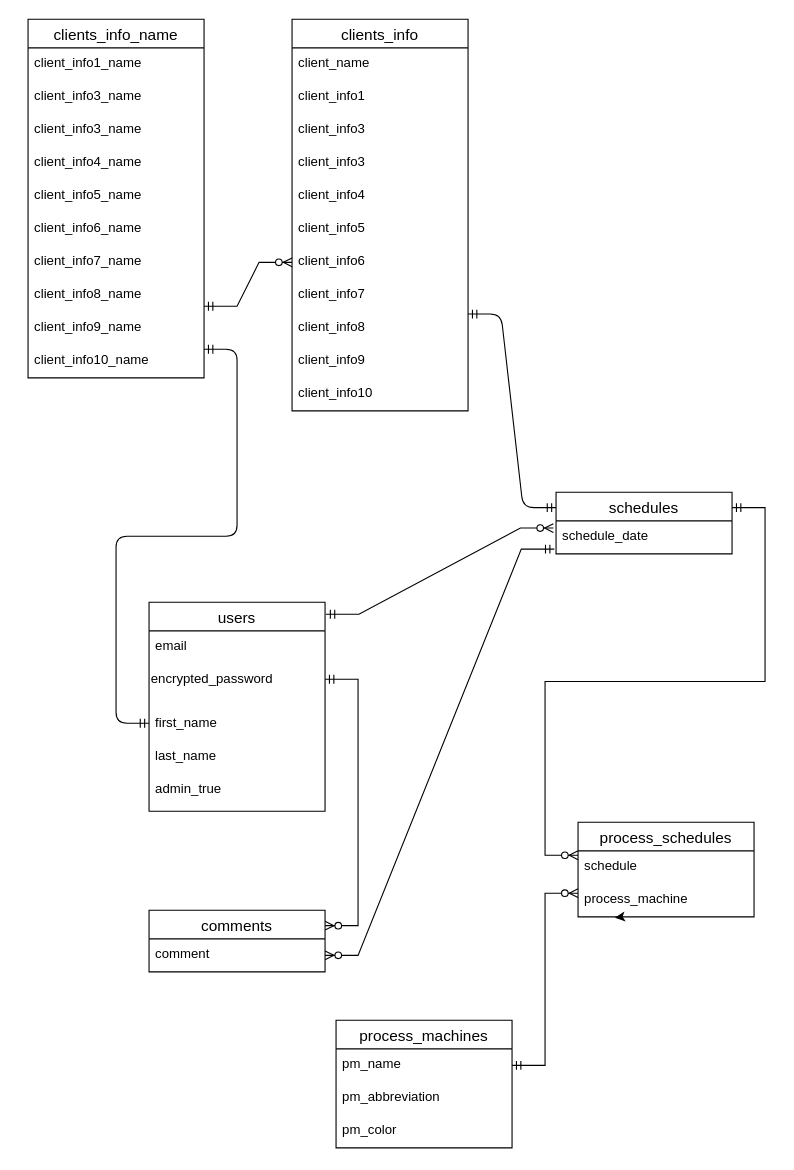
The draw.io diagram ER.dio in hanyuta/procon, before the edit. Source tidied: cells renumbered, new cells numbered last; positions are measured from the earlier drawing's top-left corner, leaving out a move shared by most shapes. Both pictures are drawn from the tidied source at 110%, with x=0, y=0 at pixel (28, 19).
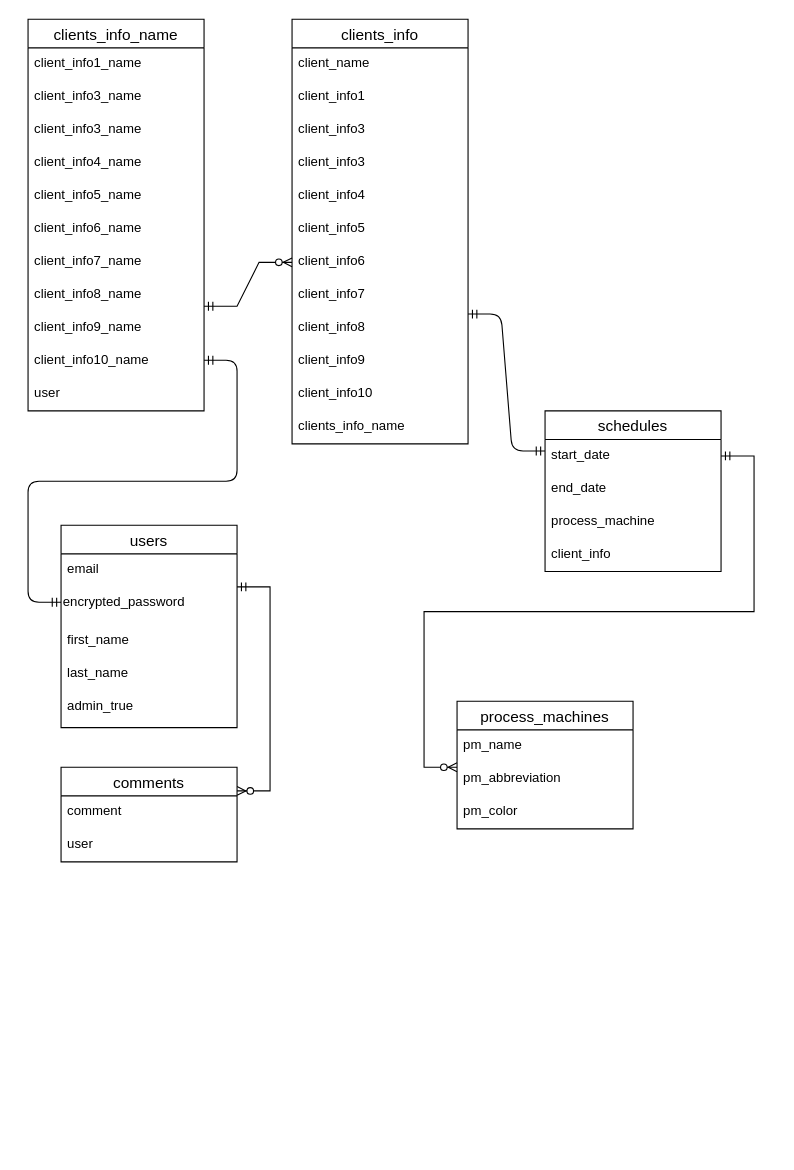
After the change.

The change refers to these unchanged cells:
```xml
<mxCell id="46" value="pm_name&#10;" style="text;strokeColor=none;fillColor=none;spacingLeft=4;spacingRight=4;overflow=hidden;points=[[0,0.5],[1,0.5]];portConstraint=eastwest;fontSize=12;" parent="45" vertex="1">
  <mxGeometry y="26" width="160" height="30" as="geometry" />
</mxCell>
<mxCell id="50" value="comment" style="text;strokeColor=none;fillColor=none;spacingLeft=4;spacingRight=4;overflow=hidden;points=[[0,0.5],[1,0.5]];portConstraint=eastwest;fontSize=12;" parent="49" vertex="1">
  <mxGeometry y="26" width="160" height="30" as="geometry" />
</mxCell>
```

The edit, as a diff of the source:
```diff
@@
-    <mxCell id="2" style="edgeStyle=entityRelationEdgeStyle;fontSize=12;html=1;endArrow=ERzeroToMany;startArrow=ERmandOne;rounded=0;exitX=1.003;exitY=0.149;exitDx=0;exitDy=0;exitPerimeter=0;entryX=-0.015;entryY=0.218;entryDx=0;entryDy=0;entryPerimeter=0;" parent="1" edge="1" target="18">
-      <mxGeometry relative="1" as="geometry">
-        <mxPoint x="270.8" y="540.9" as="sourcePoint" />
-      </mxGeometry>
-    </mxCell>
-    <mxCell id="3" style="edgeStyle=entityRelationEdgeStyle;fontSize=12;html=1;endArrow=ERzeroToMany;startArrow=ERmandOne;rounded=0;entryX=1;entryY=0.25;entryDx=0;entryDy=0;" parent="1" edge="1" target="49">
+    <mxCell id="3" style="edgeStyle=entityRelationEdgeStyle;fontSize=12;html=1;endArrow=ERzeroToMany;startArrow=ERmandOne;rounded=0;entryX=1;entryY=0.25;entryDx=0;entryDy=0;exitX=1;exitY=0;exitDx=0;exitDy=0;" parent="1" edge="1" source="13" target="49">
       <mxGeometry relative="1" as="geometry">
-        <mxPoint x="270" y="600" as="sourcePoint" />
         <Array as="points">
           <mxPoint x="330" y="670" />
           <mxPoint x="270" y="680" />
           <mxPoint x="460" y="810" />
           <mxPoint x="280" y="640" />
           <mxPoint x="280" y="800" />
           <mxPoint x="360" y="810" />
         </Array>
       </mxGeometry>
     </mxCell>
-    <mxCell id="4" style="edgeStyle=entityRelationEdgeStyle;fontSize=12;html=1;endArrow=ERzeroToMany;startArrow=ERmandOne;rounded=0;exitX=-0.01;exitY=0.858;exitDx=0;exitDy=0;exitPerimeter=0;entryX=1;entryY=0.5;entryDx=0;entryDy=0;" parent="1" edge="1" source="18" target="50">
-      <mxGeometry relative="1" as="geometry">
-        <Array as="points">
-          <mxPoint x="470" y="820" />
-          <mxPoint x="290" y="810" />
-          <mxPoint x="370" y="820" />
-        </Array>
-      </mxGeometry>
-    </mxCell>
-    <mxCell id="5" value="process_schedules" style="swimlane;fontStyle=0;horizontal=1;startSize=26;align=center;fontSize=14;" parent="1" vertex="1">
-      <mxGeometry x="500" y="730" width="160" height="86" as="geometry" />
-    </mxCell>
-    <mxCell id="6" value="schedule" style="text;strokeColor=none;fillColor=none;spacingLeft=4;spacingRight=4;overflow=hidden;fontSize=12;whiteSpace=wrap;html=1;" parent="5" vertex="1">
-      <mxGeometry y="26" width="160" height="30" as="geometry" />
-    </mxCell>
-    <mxCell id="7" value="process_machine" style="text;strokeColor=none;fillColor=none;spacingLeft=4;spacingRight=4;overflow=hidden;points=[[0,0.5],[1,0.5]];portConstraint=eastwest;fontSize=12;whiteSpace=wrap;html=1;" parent="5" vertex="1">
-      <mxGeometry y="56" width="160" height="30" as="geometry" />
-    </mxCell>
-    <mxCell id="8" style="edgeStyle=none;html=1;exitX=0.25;exitY=1;exitDx=0;exitDy=0;entryX=0.21;entryY=1.026;entryDx=0;entryDy=0;entryPerimeter=0;" parent="5" edge="1" source="5" target="7">
-      <mxGeometry relative="1" as="geometry" />
-    </mxCell>
-    <mxCell id="9" style="edgeStyle=entityRelationEdgeStyle;fontSize=12;html=1;endArrow=ERzeroToMany;startArrow=ERmandOne;rounded=0;exitX=1;exitY=0.25;exitDx=0;exitDy=0;" parent="1" edge="1" source="17">
+    <mxCell id="9" style="edgeStyle=entityRelationEdgeStyle;fontSize=12;html=1;endArrow=ERzeroToMany;startArrow=ERmandOne;rounded=0;exitX=1;exitY=0.5;exitDx=0;exitDy=0;" parent="1" edge="1" source="18">
       <mxGeometry relative="1" as="geometry">
-        <mxPoint x="500" y="760" as="targetPoint" />
+        <mxPoint x="390" y="680" as="targetPoint" />
         <Array as="points">
           <mxPoint x="460" y="325" />
           <mxPoint x="280" y="315" />
           <mxPoint x="360" y="325" />
         </Array>
       </mxGeometry>
     </mxCell>
-    <mxCell id="10" style="edgeStyle=entityRelationEdgeStyle;fontSize=12;html=1;endArrow=ERzeroToMany;startArrow=ERmandOne;rounded=0;entryX=0;entryY=0.75;entryDx=0;entryDy=0;exitX=1;exitY=0.5;exitDx=0;exitDy=0;" parent="1" edge="1" source="46" target="5">
-      <mxGeometry relative="1" as="geometry">
-        <Array as="points">
-          <mxPoint x="490" y="835" />
-          <mxPoint x="360" y="850" />
-          <mxPoint x="420" y="880" />
-          <mxPoint x="400" y="790" />
-          <mxPoint x="310" y="825" />
-          <mxPoint x="390" y="835" />
-        </Array>
-      </mxGeometry>
-    </mxCell>
     <mxCell id="11" value="users" style="swimlane;fontStyle=0;horizontal=1;startSize=26;align=center;fontSize=14;" parent="1" vertex="1">
-      <mxGeometry x="110" y="530" width="160" height="190" as="geometry" />
+      <mxGeometry x="30" y="460" width="160" height="184" as="geometry" />
     </mxCell>
@@
     <mxCell id="13" value="encrypted_password" style="text;whiteSpace=wrap;html=1;" parent="11" vertex="1">
-      <mxGeometry y="56" width="160" height="40" as="geometry" />
+      <mxGeometry y="56" width="160" height="34" as="geometry" />
     </mxCell>
     <mxCell id="14" value="first_name" style="text;strokeColor=none;fillColor=none;spacingLeft=4;spacingRight=4;overflow=hidden;fontSize=12;" parent="11" vertex="1">
-      <mxGeometry y="96" width="160" height="30" as="geometry" />
+      <mxGeometry y="90" width="160" height="30" as="geometry" />
     </mxCell>
     <mxCell id="15" value="last_name" style="text;strokeColor=none;fillColor=none;spacingLeft=4;spacingRight=4;overflow=hidden;fontSize=12;" parent="11" vertex="1">
-      <mxGeometry y="126" width="160" height="30" as="geometry" />
+      <mxGeometry y="120" width="160" height="30" as="geometry" />
     </mxCell>
     <mxCell id="16" value="admin_true" style="text;strokeColor=none;fillColor=none;spacingLeft=4;spacingRight=4;overflow=hidden;fontSize=12;" parent="11" vertex="1">
-      <mxGeometry y="156" width="160" height="34" as="geometry" />
+      <mxGeometry y="150" width="160" height="34" as="geometry" />
     </mxCell>
     <mxCell id="17" value="schedules" style="swimlane;fontStyle=0;horizontal=1;startSize=26;align=center;fontSize=14;" parent="1" vertex="1">
-      <mxGeometry x="480" y="430" width="160" height="56" as="geometry" />
+      <mxGeometry x="470" y="356" width="160" height="146" as="geometry" />
     </mxCell>
-    <mxCell id="18" value="schedule_date" style="text;strokeColor=none;fillColor=none;spacingLeft=4;spacingRight=4;overflow=hidden;points=[[0,0.5],[1,0.5]];portConstraint=eastwest;fontSize=12;" parent="17" vertex="1">
+    <mxCell id="18" value="start_date" style="text;strokeColor=none;fillColor=none;spacingLeft=4;spacingRight=4;overflow=hidden;points=[[0,0.5],[1,0.5]];portConstraint=eastwest;fontSize=12;" parent="17" vertex="1">
       <mxGeometry y="26" width="160" height="30" as="geometry" />
     </mxCell>
+    <mxCell id="51" value="end_date&#10;" style="text;strokeColor=none;fillColor=none;spacingLeft=4;spacingRight=4;overflow=hidden;fontSize=12;" parent="17" vertex="1">
+      <mxGeometry y="56" width="160" height="30" as="geometry" />
+    </mxCell>
+    <mxCell id="7" value="process_machine" style="text;strokeColor=none;fillColor=none;spacingLeft=4;spacingRight=4;overflow=hidden;points=[[0,0.5],[1,0.5]];portConstraint=eastwest;fontSize=12;" parent="17" vertex="1">
+      <mxGeometry y="86" width="160" height="30" as="geometry" />
+    </mxCell>
+    <mxCell id="52" value="client_info" style="text;strokeColor=none;fillColor=none;spacingLeft=4;spacingRight=4;overflow=hidden;fontSize=12;" parent="17" vertex="1">
+      <mxGeometry y="116" width="160" height="30" as="geometry" />
+    </mxCell>
     <mxCell id="19" value="clients_info" style="swimlane;fontStyle=0;horizontal=1;startSize=26;align=center;fontSize=14;" parent="1" vertex="1">
-      <mxGeometry x="240" width="160" height="356" as="geometry" />
+      <mxGeometry x="240" width="160" height="386" as="geometry" />
     </mxCell>
@@
+    <mxCell id="53" value="clients_info_name" style="text;strokeColor=none;fillColor=none;spacingLeft=4;spacingRight=4;overflow=hidden;fontSize=12;" parent="19" vertex="1">
+      <mxGeometry y="356" width="160" height="30" as="geometry" />
+    </mxCell>
     <mxCell id="32" value="clients_info_name" style="swimlane;fontStyle=0;horizontal=1;startSize=26;align=center;fontSize=14;" parent="1" vertex="1">
-      <mxGeometry width="160" height="326" as="geometry" />
+      <mxGeometry width="160" height="356" as="geometry" />
     </mxCell>
@@
+    <mxCell id="54" value="client_info10_name" style="text;strokeColor=none;fillColor=none;spacingLeft=4;spacingRight=4;overflow=hidden;fontSize=12;" parent="32" vertex="1">
+      <mxGeometry y="296" width="160" height="30" as="geometry" />
+    </mxCell>
-    <mxCell id="42" value="client_info10_name" style="text;strokeColor=none;fillColor=none;spacingLeft=4;spacingRight=4;overflow=hidden;fontSize=12;" parent="32" vertex="1">
-      <mxGeometry y="296" width="160" height="30" as="geometry" />
+    <mxCell id="42" value="user" style="text;strokeColor=none;fillColor=none;spacingLeft=4;spacingRight=4;overflow=hidden;fontSize=12;" parent="32" vertex="1">
+      <mxGeometry y="326" width="160" height="30" as="geometry" />
     </mxCell>
     <mxCell id="43" style="edgeStyle=entityRelationEdgeStyle;fontSize=12;html=1;endArrow=ERmandOne;startArrow=ERmandOne;" parent="1" edge="1">
       <mxGeometry relative="1" as="geometry">
-        <mxPoint x="160" y="300" as="sourcePoint" />
-        <mxPoint x="110" y="640" as="targetPoint" />
+        <mxPoint x="160" y="310" as="sourcePoint" />
+        <mxPoint x="30" y="530" as="targetPoint" />
       </mxGeometry>
     </mxCell>
@@
     <mxCell id="45" value="process_machines" style="swimlane;fontStyle=0;horizontal=1;startSize=26;align=center;fontSize=14;" parent="1" vertex="1">
-      <mxGeometry x="280" y="910" width="160" height="116" as="geometry" />
+      <mxGeometry x="390" y="620" width="160" height="116" as="geometry" />
     </mxCell>
@@
     <mxCell id="49" value="comments" style="swimlane;fontStyle=0;horizontal=1;startSize=26;align=center;fontSize=14;" parent="1" vertex="1">
-      <mxGeometry x="110" y="810" width="160" height="56" as="geometry" />
+      <mxGeometry x="30" y="680" width="160" height="86" as="geometry" />
     </mxCell>
@@
+    <mxCell id="55" value="user" style="text;strokeColor=none;fillColor=none;spacingLeft=4;spacingRight=4;overflow=hidden;fontSize=12;" parent="49" vertex="1">
+      <mxGeometry y="56" width="160" height="30" as="geometry" />
+    </mxCell>
```
